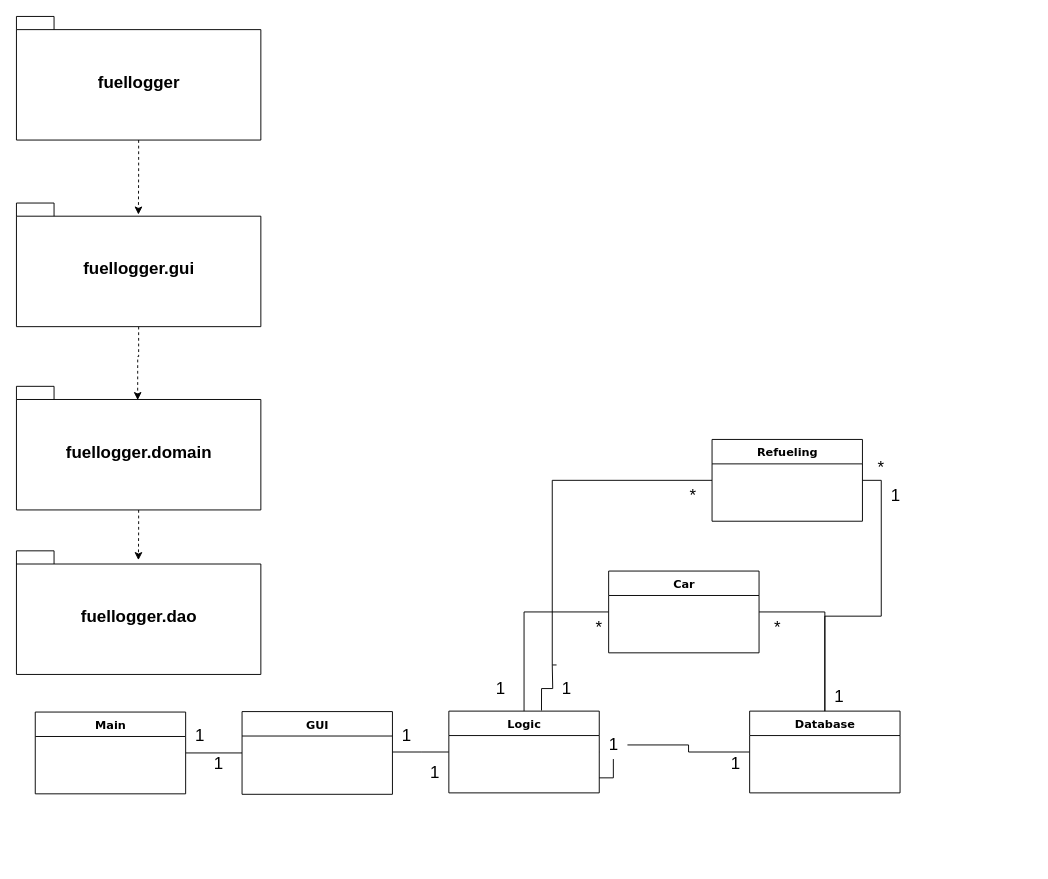
This is fuel-logger/documentation/class diagram.drawio from lukxsx/fuel-logger, a draw.io file, before an edit. Source tidied: cells renumbered, new cells numbered last; positions are measured from the earlier drawing's top-left corner, leaving out a move shared by most shapes. Both pictures are drawn from the tidied source at 94%, with x=0, y=0 at pixel (16, 16).
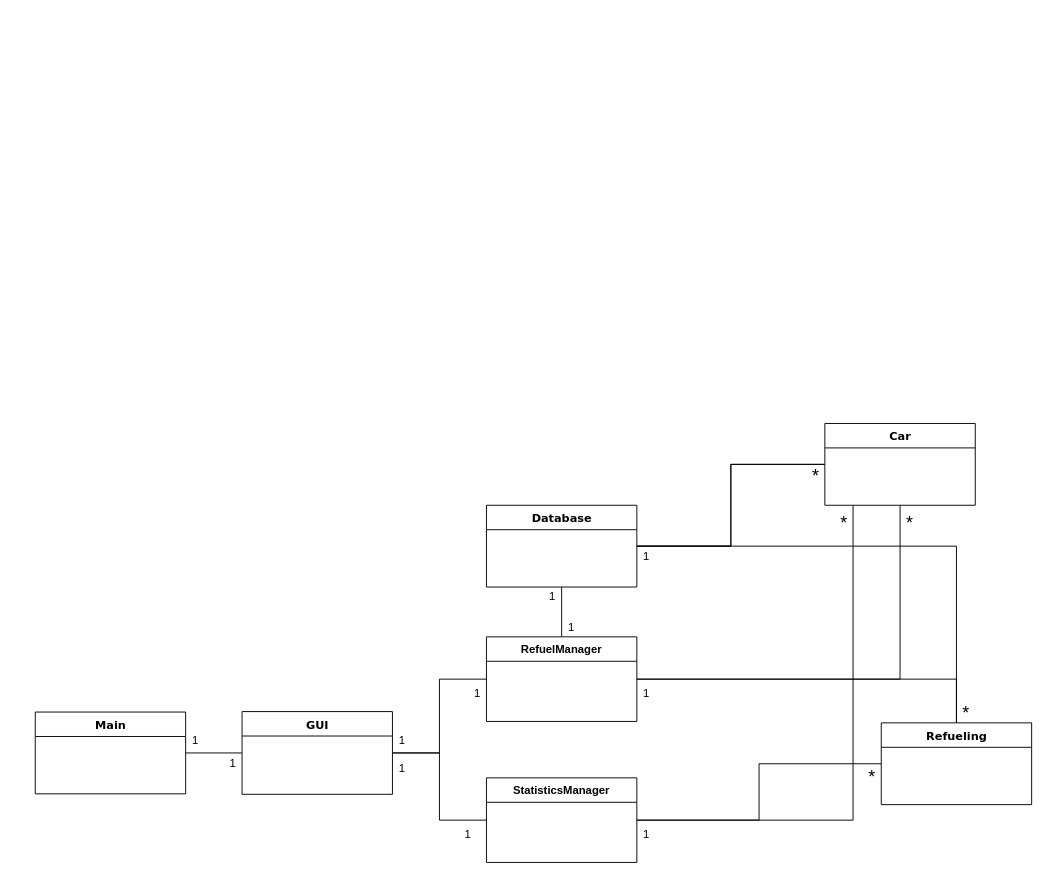
After the change.

Commit message (it also covers changes not shown here):
updated class diagram

What changed in the source:
```diff
@@
-    <mxCell id="2" style="edgeStyle=orthogonalEdgeStyle;rounded=0;jettySize=auto;html=1;entryX=1;entryY=0.5;entryDx=0;entryDy=0;endArrow=none;endFill=0;" parent="1" edge="1" source="23" target="34">
-      <mxGeometry relative="1" as="geometry" />
-    </mxCell>
+    <mxCell id="5" style="edgeStyle=orthogonalEdgeStyle;rounded=0;jettySize=auto;html=1;entryX=1;entryY=0.5;entryDx=0;entryDy=0;endArrow=none;endFill=0;" parent="1" edge="1" source="33" target="32">
+      <mxGeometry relative="1" as="geometry" />
+    </mxCell>
+    <mxCell id="32" value="Main" style="swimlane;html=1;fontStyle=1;align=center;verticalAlign=top;horizontal=1;startSize=26;swimlaneFillColor=#ffffff;rounded=0;shadow=0;comic=0;labelBackgroundColor=none;strokeWidth=1;fillColor=none;fontFamily=Verdana;fontSize=12;" parent="1" vertex="1">
+      <mxGeometry x="20" y="740" width="160" height="87" as="geometry" />
+    </mxCell>
+    <mxCell id="38" style="edgeStyle=orthogonalEdgeStyle;rounded=0;jettySize=auto;html=1;endArrow=none;endFill=0;" parent="1" edge="1" source="33" target="42">
+      <mxGeometry relative="1" as="geometry" />
+    </mxCell>
+    <mxCell id="39" style="edgeStyle=orthogonalEdgeStyle;rounded=0;jettySize=auto;html=1;endArrow=none;endFill=0;" parent="1" edge="1" source="33" target="46">
+      <mxGeometry relative="1" as="geometry" />
+    </mxCell>
+    <mxCell id="33" value="GUI" style="swimlane;html=1;fontStyle=1;align=center;verticalAlign=top;horizontal=1;startSize=26;swimlaneFillColor=#ffffff;rounded=0;shadow=0;comic=0;labelBackgroundColor=none;strokeWidth=1;fillColor=none;fontFamily=Verdana;fontSize=12;" parent="1" vertex="1">
+      <mxGeometry x="240" y="739.5" width="160" height="88" as="geometry" />
+    </mxCell>
+    <mxCell id="40" style="edgeStyle=orthogonalEdgeStyle;rounded=0;jettySize=auto;html=1;endArrow=none;endFill=0;" parent="1" edge="1" source="42" target="30">
+      <mxGeometry relative="1" as="geometry" />
+    </mxCell>
+    <mxCell id="41" style="edgeStyle=orthogonalEdgeStyle;rounded=0;jettySize=auto;html=1;endArrow=none;endFill=0;" parent="1" edge="1" source="42" target="31">
+      <mxGeometry relative="1" as="geometry">
+        <Array as="points">
+          <mxPoint x="890" y="855" />
+        </Array>
+      </mxGeometry>
+    </mxCell>
+    <mxCell id="42" value="StatisticsManager" style="swimlane;fontStyle=1;align=center;verticalAlign=top;horizontal=1;startSize=26;" parent="1" vertex="1">
+      <mxGeometry x="500" y="810" width="160" height="90" as="geometry" />
+    </mxCell>
+    <mxCell id="43" style="edgeStyle=orthogonalEdgeStyle;rounded=0;jettySize=auto;html=1;endArrow=none;endFill=0;" parent="1" edge="1" source="46" target="29">
+      <mxGeometry relative="1" as="geometry" />
+    </mxCell>
+    <mxCell id="44" style="edgeStyle=orthogonalEdgeStyle;rounded=0;jettySize=auto;html=1;endArrow=none;endFill=0;" parent="1" edge="1" source="46" target="31">
+      <mxGeometry relative="1" as="geometry" />
+    </mxCell>
+    <mxCell id="45" style="edgeStyle=orthogonalEdgeStyle;rounded=0;jettySize=auto;html=1;endArrow=none;endFill=0;" parent="1" edge="1" source="46" target="30">
+      <mxGeometry relative="1" as="geometry" />
+    </mxCell>
+    <mxCell id="46" value="RefuelManager" style="swimlane;fontStyle=1;align=center;verticalAlign=top;horizontal=1;startSize=26;" parent="1" vertex="1">
+      <mxGeometry x="500" y="660" width="160" height="90" as="geometry" />
+    </mxCell>
-    <mxCell id="3" style="edgeStyle=orthogonalEdgeStyle;rounded=0;jettySize=auto;html=1;entryX=1;entryY=0.5;entryDx=0;entryDy=0;endArrow=none;endFill=0;" parent="1" edge="1" source="29" target="30">
+    <mxCell id="3" style="edgeStyle=orthogonalEdgeStyle;rounded=0;jettySize=auto;html=1;endArrow=none;endFill=0;" parent="1" edge="1" source="29" target="30">
       <mxGeometry relative="1" as="geometry" />
     </mxCell>
-    <mxCell id="4" style="edgeStyle=orthogonalEdgeStyle;rounded=0;jettySize=auto;html=1;entryX=1;entryY=0.5;entryDx=0;entryDy=0;endArrow=none;endFill=0;" parent="1" edge="1" source="29" target="31">
-      <mxGeometry relative="1" as="geometry" />
-    </mxCell>
-    <mxCell id="5" style="edgeStyle=orthogonalEdgeStyle;rounded=0;jettySize=auto;html=1;entryX=1;entryY=0.5;entryDx=0;entryDy=0;endArrow=none;endFill=0;" parent="1" edge="1" source="33" target="32">
-      <mxGeometry relative="1" as="geometry" />
-    </mxCell>
-    <mxCell id="6" style="edgeStyle=orthogonalEdgeStyle;rounded=0;jettySize=auto;html=1;endArrow=none;endFill=0;" parent="1" edge="1" source="34">
-      <mxGeometry relative="1" as="geometry">
-        <mxPoint x="400" y="782.5" as="targetPoint" />
-      </mxGeometry>
-    </mxCell>
-    <mxCell id="7" style="edgeStyle=orthogonalEdgeStyle;rounded=0;jettySize=auto;html=1;entryX=0.5;entryY=0;entryDx=0;entryDy=0;endArrow=none;endFill=0;" parent="1" edge="1" source="31" target="34">
-      <mxGeometry relative="1" as="geometry" />
-    </mxCell>
-    <mxCell id="8" style="edgeStyle=orthogonalEdgeStyle;rounded=0;jettySize=auto;html=1;entryX=0.616;entryY=-0.007;entryDx=0;entryDy=0;entryPerimeter=0;endArrow=none;endFill=0;" parent="1" edge="1" target="34">
-      <mxGeometry relative="1" as="geometry">
-        <mxPoint x="570" y="690" as="sourcePoint" />
-      </mxGeometry>
-    </mxCell>
-    <mxCell id="9" value="*" style="text;html=1;strokeColor=none;fillColor=none;align=center;verticalAlign=middle;whiteSpace=wrap;rounded=0;fontSize=18;" parent="1" vertex="1">
-      <mxGeometry x="700" y="500" width="40" height="20" as="geometry" />
-    </mxCell>
-    <mxCell id="10" style="edgeStyle=orthogonalEdgeStyle;rounded=0;jettySize=auto;html=1;entryX=0.616;entryY=-0.007;entryDx=0;entryDy=0;entryPerimeter=0;endArrow=none;endFill=0;" parent="1" edge="1" source="30">
-      <mxGeometry relative="1" as="geometry">
-        <mxPoint x="574.6" y="689.9" as="targetPoint" />
-        <Array as="points">
-          <mxPoint x="570" y="493" />
-          <mxPoint x="570" y="690" />
-        </Array>
-      </mxGeometry>
-    </mxCell>
-    <mxCell id="11" value="1" style="text;html=1;align=center;verticalAlign=middle;fontSize=18;" parent="1" vertex="1">
-      <mxGeometry x="570" y="700" width="30" height="30" as="geometry" />
-    </mxCell>
-    <mxCell id="12" value="1" style="text;html=1;align=center;verticalAlign=middle;fontSize=18;" parent="1" vertex="1">
-      <mxGeometry x="500" y="700" width="30" height="30" as="geometry" />
-    </mxCell>
-    <mxCell id="13" value="*" style="text;html=1;strokeColor=none;fillColor=none;align=center;verticalAlign=middle;whiteSpace=wrap;rounded=0;fontSize=18;" parent="1" vertex="1">
-      <mxGeometry x="600" y="640" width="40" height="20" as="geometry" />
-    </mxCell>
-    <mxCell id="14" value="*" style="text;html=1;strokeColor=none;fillColor=none;align=center;verticalAlign=middle;whiteSpace=wrap;rounded=0;fontSize=18;" parent="1" vertex="1">
-      <mxGeometry x="790" y="640" width="40" height="20" as="geometry" />
-    </mxCell>
-    <mxCell id="15" value="*" style="text;html=1;strokeColor=none;fillColor=none;align=center;verticalAlign=middle;whiteSpace=wrap;rounded=0;fontSize=18;" parent="1" vertex="1">
-      <mxGeometry x="900" y="470" width="40" height="20" as="geometry" />
-    </mxCell>
-    <mxCell id="16" value="1" style="text;html=1;align=center;verticalAlign=middle;fontSize=18;" parent="1" vertex="1">
-      <mxGeometry x="860" y="709" width="30" height="30" as="geometry" />
-    </mxCell>
-    <mxCell id="17" value="1" style="text;html=1;align=center;verticalAlign=middle;fontSize=18;" parent="1" vertex="1">
-      <mxGeometry x="920" y="495" width="30" height="30" as="geometry" />
-    </mxCell>
-    <mxCell id="18" value="1" style="text;html=1;align=center;verticalAlign=middle;fontSize=18;" parent="1" vertex="1">
-      <mxGeometry x="430" y="790" width="30" height="30" as="geometry" />
-    </mxCell>
-    <mxCell id="19" value="1" style="text;html=1;align=center;verticalAlign=middle;fontSize=18;" parent="1" vertex="1">
-      <mxGeometry x="200" y="780" width="30" height="30" as="geometry" />
-    </mxCell>
-    <mxCell id="20" value="1" style="text;html=1;align=center;verticalAlign=middle;fontSize=18;" parent="1" vertex="1">
-      <mxGeometry x="400" y="750" width="30" height="30" as="geometry" />
-    </mxCell>
-    <mxCell id="21" value="1" style="text;html=1;align=center;verticalAlign=middle;fontSize=18;" parent="1" vertex="1">
-      <mxGeometry x="180" y="750" width="30" height="30" as="geometry" />
-    </mxCell>
-    <mxCell id="22" value="1" style="text;html=1;align=center;verticalAlign=middle;fontSize=18;" parent="1" vertex="1">
-      <mxGeometry x="750" y="780" width="30" height="30" as="geometry" />
-    </mxCell>
-    <mxCell id="23" value="1" style="text;html=1;align=center;verticalAlign=middle;points=[];fontSize=18;" parent="1" vertex="1">
-      <mxGeometry x="620" y="760" width="30" height="30" as="geometry" />
-    </mxCell>
-    <mxCell id="24" style="edgeStyle=orthogonalEdgeStyle;rounded=0;jettySize=auto;html=1;entryX=1;entryY=0.5;entryDx=0;entryDy=0;endArrow=none;endFill=0;" parent="1" edge="1" source="29" target="23">
-      <mxGeometry relative="1" as="geometry" />
-    </mxCell>
-    <mxCell id="25" style="edgeStyle=orthogonalEdgeStyle;rounded=0;jettySize=auto;html=1;endArrow=classic;endFill=1;fontSize=18;entryX=0.496;entryY=0.111;entryDx=0;entryDy=0;entryPerimeter=0;dashed=1;" parent="1" edge="1" source="26" target="28">
-      <mxGeometry relative="1" as="geometry" />
-    </mxCell>
-    <mxCell id="26" value="&lt;div&gt;fuellogger.gui&lt;/div&gt;" style="shape=folder;fontStyle=1;spacingTop=10;tabWidth=40;tabHeight=14;tabPosition=left;html=1;fontSize=18;" parent="1" vertex="1">
-      <mxGeometry y="198.5" width="260" height="131.5" as="geometry" />
-    </mxCell>
-    <mxCell id="27" style="edgeStyle=orthogonalEdgeStyle;rounded=0;jettySize=auto;html=1;entryX=0.499;entryY=0.075;entryDx=0;entryDy=0;entryPerimeter=0;endArrow=classic;endFill=1;fontSize=18;dashed=1;" parent="1" edge="1" source="28" target="35">
-      <mxGeometry relative="1" as="geometry" />
-    </mxCell>
-    <mxCell id="28" value="&lt;div&gt;fuellogger.domain&lt;/div&gt;" style="shape=folder;fontStyle=1;spacingTop=10;tabWidth=40;tabHeight=14;tabPosition=left;html=1;fontSize=18;" parent="1" vertex="1">
-      <mxGeometry y="393.5" width="260" height="131.5" as="geometry" />
-    </mxCell>
+    <mxCell id="47" style="edgeStyle=orthogonalEdgeStyle;rounded=0;jettySize=auto;html=1;endArrow=none;endFill=0;" parent="1" edge="1" source="29" target="31">
+      <mxGeometry relative="1" as="geometry" />
+    </mxCell>
+    <mxCell id="48" style="edgeStyle=orthogonalEdgeStyle;rounded=0;jettySize=auto;html=1;endArrow=none;endFill=0;" parent="1" edge="1" source="29" target="31">
+      <mxGeometry relative="1" as="geometry" />
+    </mxCell>
     <mxCell id="29" value="Database" style="swimlane;html=1;fontStyle=1;align=center;verticalAlign=top;horizontal=1;startSize=26;swimlaneFillColor=#ffffff;rounded=0;shadow=0;comic=0;labelBackgroundColor=none;strokeWidth=1;fillColor=none;fontFamily=Verdana;fontSize=12;" parent="1" vertex="1">
-      <mxGeometry x="780" y="739" width="160" height="87" as="geometry" />
+      <mxGeometry x="500" y="520" width="160" height="87" as="geometry" />
     </mxCell>
     <mxCell id="30" value="Refueling" style="swimlane;html=1;fontStyle=1;align=center;verticalAlign=top;horizontal=1;startSize=26;swimlaneFillColor=#ffffff;rounded=0;shadow=0;comic=0;labelBackgroundColor=none;strokeWidth=1;fillColor=none;fontFamily=Verdana;fontSize=12;" parent="1" vertex="1">
-      <mxGeometry x="740" y="450" width="160" height="87" as="geometry" />
+      <mxGeometry x="920" y="751.5" width="160" height="87" as="geometry" />
     </mxCell>
     <mxCell id="31" value="Car" style="swimlane;html=1;fontStyle=1;align=center;verticalAlign=top;horizontal=1;startSize=26;swimlaneFillColor=#ffffff;rounded=0;shadow=0;comic=0;labelBackgroundColor=none;strokeWidth=1;fillColor=none;fontFamily=Verdana;fontSize=12;" parent="1" vertex="1">
-      <mxGeometry x="630" y="590" width="160" height="87" as="geometry" />
+      <mxGeometry x="860" y="433" width="160" height="87" as="geometry" />
     </mxCell>
-    <mxCell id="32" value="Main" style="swimlane;html=1;fontStyle=1;align=center;verticalAlign=top;horizontal=1;startSize=26;swimlaneFillColor=#ffffff;rounded=0;shadow=0;comic=0;labelBackgroundColor=none;strokeWidth=1;fillColor=none;fontFamily=Verdana;fontSize=12;" parent="1" vertex="1">
-      <mxGeometry x="20" y="740" width="160" height="87" as="geometry" />
-    </mxCell>
-    <mxCell id="33" value="GUI" style="swimlane;html=1;fontStyle=1;align=center;verticalAlign=top;horizontal=1;startSize=26;swimlaneFillColor=#ffffff;rounded=0;shadow=0;comic=0;labelBackgroundColor=none;strokeWidth=1;fillColor=none;fontFamily=Verdana;fontSize=12;" parent="1" vertex="1">
-      <mxGeometry x="240" y="739.5" width="160" height="88" as="geometry" />
-    </mxCell>
-    <mxCell id="34" value="Logic" style="swimlane;html=1;fontStyle=1;align=center;verticalAlign=top;horizontal=1;startSize=26;swimlaneFillColor=#ffffff;rounded=0;shadow=0;comic=0;labelBackgroundColor=none;strokeWidth=1;fillColor=none;fontFamily=Verdana;fontSize=12;" parent="1" vertex="1">
-      <mxGeometry x="460" y="739" width="160" height="87" as="geometry" />
-    </mxCell>
-    <mxCell id="35" value="&lt;div&gt;fuellogger.dao&lt;/div&gt;" style="shape=folder;fontStyle=1;spacingTop=10;tabWidth=40;tabHeight=14;tabPosition=left;html=1;fontSize=18;" parent="1" vertex="1">
-      <mxGeometry y="568.5" width="260" height="131.5" as="geometry" />
-    </mxCell>
-    <mxCell id="36" style="edgeStyle=orthogonalEdgeStyle;rounded=0;jettySize=auto;html=1;entryX=0.499;entryY=0.093;entryDx=0;entryDy=0;entryPerimeter=0;endArrow=classic;endFill=1;fontSize=18;dashed=1;" parent="1" edge="1" source="37" target="26">
-      <mxGeometry relative="1" as="geometry" />
-    </mxCell>
-    <mxCell id="37" value="&lt;div&gt;fuellogger&lt;/div&gt;" style="shape=folder;fontStyle=1;spacingTop=10;tabWidth=40;tabHeight=14;tabPosition=left;html=1;fontSize=18;" parent="1" vertex="1">
-      <mxGeometry width="260" height="131.5" as="geometry" />
-    </mxCell>
+    <mxCell id="49" value="1" style="text;html=1;align=center;verticalAlign=middle;" parent="1" vertex="1">
+      <mxGeometry x="400" y="760" width="20" height="20" as="geometry" />
+    </mxCell>
+    <mxCell id="50" value="1" style="text;html=1;align=center;verticalAlign=middle;" parent="1" vertex="1">
+      <mxGeometry x="400" y="790" width="20" height="20" as="geometry" />
+    </mxCell>
+    <mxCell id="51" value="1" style="text;html=1;align=center;verticalAlign=middle;" parent="1" vertex="1">
+      <mxGeometry x="470" y="860" width="20" height="20" as="geometry" />
+    </mxCell>
+    <mxCell id="52" value="1" style="text;html=1;align=center;verticalAlign=middle;" parent="1" vertex="1">
+      <mxGeometry x="480" y="710" width="20" height="20" as="geometry" />
+    </mxCell>
+    <mxCell id="53" value="1" style="text;html=1;align=center;verticalAlign=middle;" parent="1" vertex="1">
+      <mxGeometry x="560" y="607" width="20" height="20" as="geometry" />
+    </mxCell>
+    <mxCell id="54" value="1" style="text;html=1;align=center;verticalAlign=middle;" parent="1" vertex="1">
+      <mxGeometry x="580" y="640" width="20" height="20" as="geometry" />
+    </mxCell>
+    <mxCell id="55" value="1" style="text;html=1;align=center;verticalAlign=middle;" parent="1" vertex="1">
+      <mxGeometry x="660" y="565" width="20" height="20" as="geometry" />
+    </mxCell>
+    <mxCell id="56" value="&lt;font style=&quot;font-size: 19px&quot;&gt;*&lt;/font&gt;" style="text;html=1;align=center;verticalAlign=middle;" parent="1" vertex="1">
+      <mxGeometry x="840" y="480" width="20" height="20" as="geometry" />
+    </mxCell>
+    <mxCell id="57" value="&lt;font style=&quot;font-size: 19px&quot;&gt;*&lt;/font&gt;" style="text;html=1;align=center;verticalAlign=middle;" parent="1" vertex="1">
+      <mxGeometry x="900" y="800" width="20" height="20" as="geometry" />
+    </mxCell>
+    <mxCell id="58" value="&lt;font style=&quot;font-size: 19px&quot;&gt;*&lt;/font&gt;" style="text;html=1;align=center;verticalAlign=middle;" parent="1" vertex="1">
+      <mxGeometry x="1000" y="731.5" width="20" height="20" as="geometry" />
+    </mxCell>
+    <mxCell id="59" value="&lt;font style=&quot;font-size: 19px&quot;&gt;*&lt;/font&gt;" style="text;html=1;align=center;verticalAlign=middle;" parent="1" vertex="1">
+      <mxGeometry x="940" y="530" width="20" height="20" as="geometry" />
+    </mxCell>
+    <mxCell id="60" value="&lt;font style=&quot;font-size: 19px&quot;&gt;*&lt;/font&gt;" style="text;html=1;align=center;verticalAlign=middle;" parent="1" vertex="1">
+      <mxGeometry x="870" y="530" width="20" height="20" as="geometry" />
+    </mxCell>
+    <mxCell id="61" value="1" style="text;html=1;align=center;verticalAlign=middle;" parent="1" vertex="1">
+      <mxGeometry x="660" y="710" width="20" height="20" as="geometry" />
+    </mxCell>
+    <mxCell id="62" value="1" style="text;html=1;align=center;verticalAlign=middle;" parent="1" vertex="1">
+      <mxGeometry x="660" y="860" width="20" height="20" as="geometry" />
+    </mxCell>
+    <mxCell id="63" value="1" style="text;html=1;align=center;verticalAlign=middle;" parent="1" vertex="1">
+      <mxGeometry x="180" y="760" width="20" height="20" as="geometry" />
+    </mxCell>
+    <mxCell id="64" value="1" style="text;html=1;align=center;verticalAlign=middle;" parent="1" vertex="1">
+      <mxGeometry x="220" y="785" width="20" height="20" as="geometry" />
+    </mxCell>
```
